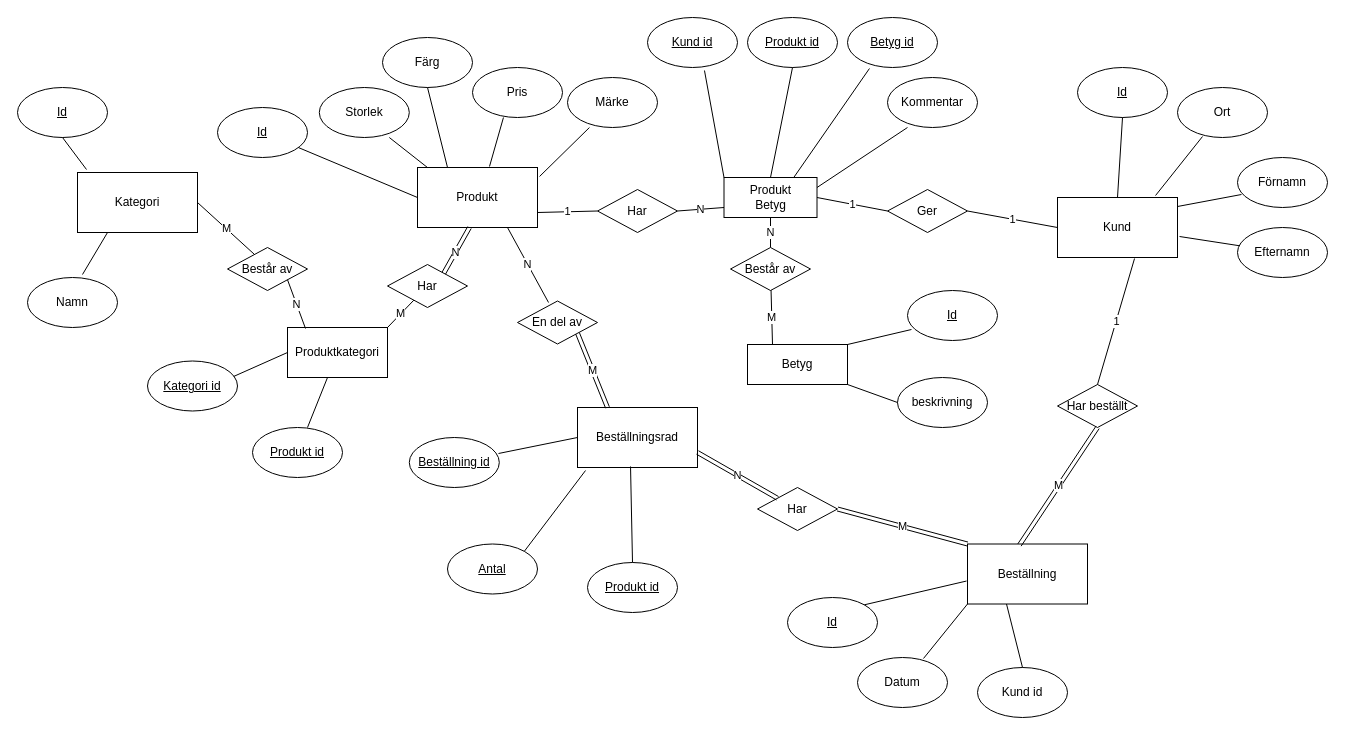
Earlier version of the draw.io diagram Untitled Diagram.drawio (AntonRolin/Inlamningsuppgift1_Databas). Source tidied: cells renumbered, new cells numbered last; positions are measured from the earlier drawing's top-left corner, leaving out a move shared by most shapes. Both pictures are drawn from the tidied source at 100%, with x=0, y=0 at pixel (17, 17).
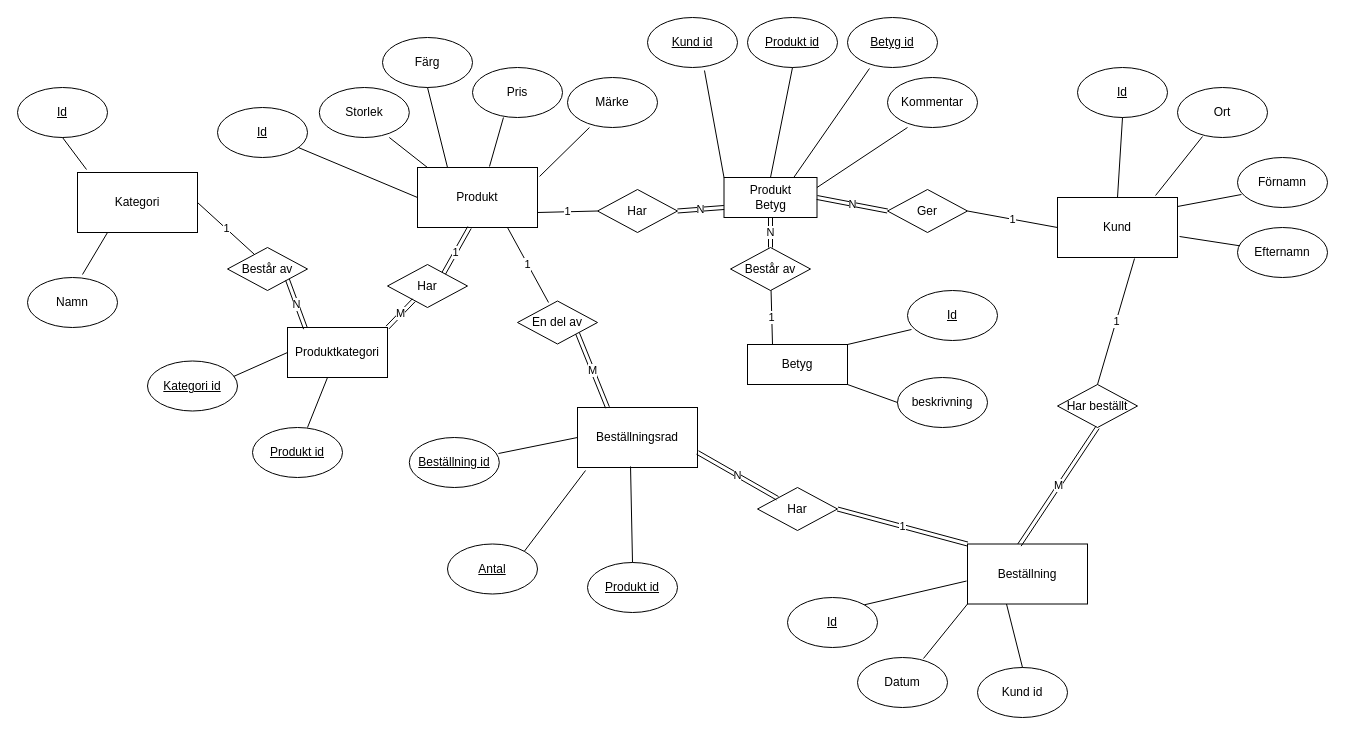
After the change.

The change refers to these unchanged cells:
```xml
<mxCell id="2" value="&lt;div&gt;Produkt&lt;/div&gt;" style="rounded=0;whiteSpace=wrap;html=1;" parent="1" vertex="1">
  <mxGeometry x="400" y="150" width="120" height="60" as="geometry" />
</mxCell>
<mxCell id="3" value="Kategori" style="rounded=0;whiteSpace=wrap;html=1;" parent="1" vertex="1">
  <mxGeometry x="60" y="155" width="120" height="60" as="geometry" />
</mxCell>
<mxCell id="5" value="&lt;div&gt;Beställning&lt;/div&gt;" style="rounded=0;whiteSpace=wrap;html=1;" parent="1" vertex="1">
  <mxGeometry x="950" y="526.5" width="120" height="60" as="geometry" />
</mxCell>
<mxCell id="42" value="Betyg" style="rounded=0;whiteSpace=wrap;html=1;" parent="1" vertex="1">
  <mxGeometry x="730" y="327" width="100" height="40" as="geometry" />
</mxCell>
<mxCell id="53" value="En del av" style="rhombus;whiteSpace=wrap;html=1;" parent="1" vertex="1">
  <mxGeometry x="500" y="283.5" width="80" height="43" as="geometry" />
</mxCell>
<mxCell id="55" value="Har" style="rhombus;whiteSpace=wrap;html=1;" parent="1" vertex="1">
  <mxGeometry x="740" y="470" width="80" height="43" as="geometry" />
</mxCell>
<mxCell id="61" value="Produktkategori" style="rounded=0;whiteSpace=wrap;html=1;" parent="1" vertex="1">
  <mxGeometry x="270" y="310" width="100" height="50" as="geometry" />
</mxCell>
<mxCell id="62" value="Har" style="rhombus;whiteSpace=wrap;html=1;" parent="1" vertex="1">
  <mxGeometry x="370" y="247" width="80" height="43" as="geometry" />
</mxCell>
<mxCell id="64" value="Består av" style="rhombus;whiteSpace=wrap;html=1;" parent="1" vertex="1">
  <mxGeometry x="210" y="230" width="80" height="43" as="geometry" />
</mxCell>
<mxCell id="70" value="&lt;div&gt;Produkt&lt;/div&gt;&lt;div&gt;Betyg&lt;br&gt;&lt;/div&gt;" style="rounded=0;whiteSpace=wrap;html=1;" parent="1" vertex="1">
  <mxGeometry x="706.5" y="160" width="93" height="40" as="geometry" />
</mxCell>
<mxCell id="71" value="&lt;div&gt;Ger&lt;/div&gt;" style="rhombus;whiteSpace=wrap;html=1;" parent="1" vertex="1">
  <mxGeometry x="870" y="172" width="80" height="43" as="geometry" />
</mxCell>
<mxCell id="73" value="Består av" style="rhombus;whiteSpace=wrap;html=1;" parent="1" vertex="1">
  <mxGeometry x="713" y="230" width="80" height="43" as="geometry" />
</mxCell>
<mxCell id="75" value="Har" style="rhombus;whiteSpace=wrap;html=1;" parent="1" vertex="1">
  <mxGeometry x="580" y="172" width="80" height="43" as="geometry" />
</mxCell>
```

Change to the diagram source:
```diff
@@
-    <mxCell id="20" value="M" style="endArrow=none;html=1;exitX=1;exitY=0.5;exitDx=0;exitDy=0;entryX=0.338;entryY=0.163;entryDx=0;entryDy=0;entryPerimeter=0;" parent="1" edge="1" source="3" target="64">
+    <mxCell id="20" value="1" style="endArrow=none;html=1;exitX=1;exitY=0.5;exitDx=0;exitDy=0;entryX=0.338;entryY=0.163;entryDx=0;entryDy=0;entryPerimeter=0;" parent="1" edge="1" source="3" target="64">
       <mxGeometry relative="1" as="geometry" />
     </mxCell>
@@
-    <mxCell id="26" value="N" style="shape=link;html=1;rounded=0;entryX=0.433;entryY=1;entryDx=0;entryDy=0;entryPerimeter=0;exitX=0.831;exitY=0.316;exitDx=0;exitDy=0;exitPerimeter=0;" parent="1" edge="1" target="2">
+    <mxCell id="26" value="1" style="shape=link;html=1;rounded=0;entryX=0.433;entryY=1;entryDx=0;entryDy=0;entryPerimeter=0;exitX=0.831;exitY=0.316;exitDx=0;exitDy=0;exitPerimeter=0;" parent="1" edge="1" target="2">
       <mxGeometry relative="1" as="geometry">
         <mxPoint x="423" y="261.5" as="sourcePoint" />
       </mxGeometry>
     </mxCell>
@@
-    <mxCell id="29" value="N" style="endArrow=none;html=1;entryX=0.75;entryY=1;entryDx=0;entryDy=0;exitX=0.388;exitY=0.035;exitDx=0;exitDy=0;exitPerimeter=0;" parent="1" edge="1" source="53" target="2">
+    <mxCell id="29" value="1" style="endArrow=none;html=1;entryX=0.75;entryY=1;entryDx=0;entryDy=0;exitX=0.388;exitY=0.035;exitDx=0;exitDy=0;exitPerimeter=0;" parent="1" edge="1" source="53" target="2">
       <mxGeometry relative="1" as="geometry" />
     </mxCell>
@@
-    <mxCell id="31" value="M" style="endArrow=none;html=1;exitX=0;exitY=0;exitDx=0;exitDy=0;shape=link;entryX=1;entryY=0.5;entryDx=0;entryDy=0;" parent="1" edge="1" source="5" target="55">
+    <mxCell id="31" value="1" style="endArrow=none;html=1;exitX=0;exitY=0;exitDx=0;exitDy=0;shape=link;entryX=1;entryY=0.5;entryDx=0;entryDy=0;" parent="1" edge="1" source="5" target="55">
       <mxGeometry relative="1" as="geometry" />
     </mxCell>
@@
-    <mxCell id="45" value="N" style="endArrow=none;html=1;exitX=0.5;exitY=0;exitDx=0;exitDy=0;entryX=0.5;entryY=1;entryDx=0;entryDy=0;" parent="1" edge="1" source="73" target="70">
+    <mxCell id="45" value="N" style="endArrow=none;html=1;exitX=0.5;exitY=0;exitDx=0;exitDy=0;entryX=0.5;entryY=1;entryDx=0;entryDy=0;shape=link;" parent="1" edge="1" source="73" target="70">
       <mxGeometry relative="1" as="geometry" />
     </mxCell>
@@
-    <mxCell id="63" value="M" style="endArrow=none;html=1;exitX=1;exitY=0;exitDx=0;exitDy=0;" parent="1" edge="1" source="61" target="62">
+    <mxCell id="63" value="M" style="endArrow=none;html=1;exitX=1;exitY=0;exitDx=0;exitDy=0;shape=link;" parent="1" edge="1" source="61" target="62">
       <mxGeometry relative="1" as="geometry" />
     </mxCell>
@@
-    <mxCell id="65" value="N" style="endArrow=none;html=1;entryX=1;entryY=1;entryDx=0;entryDy=0;exitX=0.18;exitY=0.02;exitDx=0;exitDy=0;exitPerimeter=0;" parent="1" edge="1" source="61" target="64">
+    <mxCell id="65" value="N" style="endArrow=none;html=1;entryX=1;entryY=1;entryDx=0;entryDy=0;exitX=0.18;exitY=0.02;exitDx=0;exitDy=0;exitPerimeter=0;shape=link;" parent="1" edge="1" source="61" target="64">
       <mxGeometry relative="1" as="geometry" />
     </mxCell>
@@
-    <mxCell id="72" value="1" style="endArrow=none;html=1;exitX=1;exitY=0.5;exitDx=0;exitDy=0;entryX=0;entryY=0.5;entryDx=0;entryDy=0;" parent="1" edge="1" source="70" target="71">
+    <mxCell id="72" value="N" style="endArrow=none;html=1;exitX=1;exitY=0.5;exitDx=0;exitDy=0;entryX=0;entryY=0.5;entryDx=0;entryDy=0;shape=link;" parent="1" edge="1" source="70" target="71">
       <mxGeometry relative="1" as="geometry" />
     </mxCell>
@@
-    <mxCell id="74" value="M" style="endArrow=none;html=1;exitX=0.25;exitY=0;exitDx=0;exitDy=0;" parent="1" edge="1" source="42" target="73">
+    <mxCell id="74" value="1" style="endArrow=none;html=1;exitX=0.25;exitY=0;exitDx=0;exitDy=0;" parent="1" edge="1" source="42" target="73">
       <mxGeometry relative="1" as="geometry" />
     </mxCell>
@@
-    <mxCell id="76" value="N" style="endArrow=none;html=1;entryX=0;entryY=0.75;entryDx=0;entryDy=0;exitX=1;exitY=0.5;exitDx=0;exitDy=0;" parent="1" edge="1" source="75" target="70">
+    <mxCell id="76" value="N" style="endArrow=none;html=1;entryX=0;entryY=0.75;entryDx=0;entryDy=0;exitX=1;exitY=0.5;exitDx=0;exitDy=0;shape=link;" parent="1" edge="1" source="75" target="70">
       <mxGeometry relative="1" as="geometry" />
     </mxCell>
```
